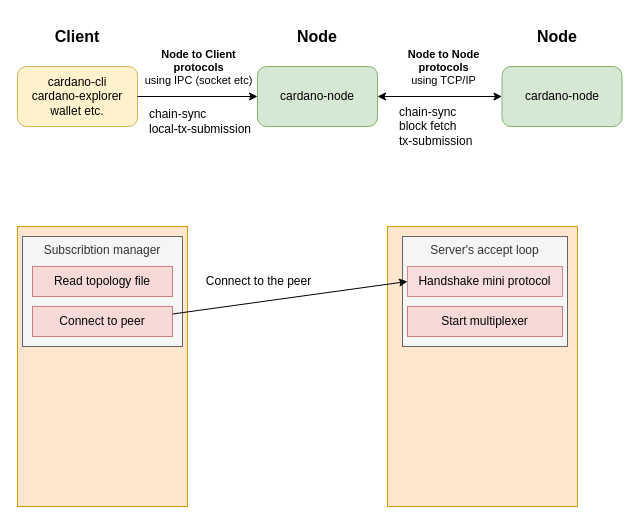
The draw.io diagram diagrams/Network_Communications.drawio in ilap/ShelleyStuffs, before the edit. Source tidied: cells renumbered, new cells numbered last; positions are measured from the earlier drawing's top-left corner, leaving out a move shared by most shapes. Both pictures are drawn from the tidied source at 100%, with x=0, y=0 at pixel (17, 26).
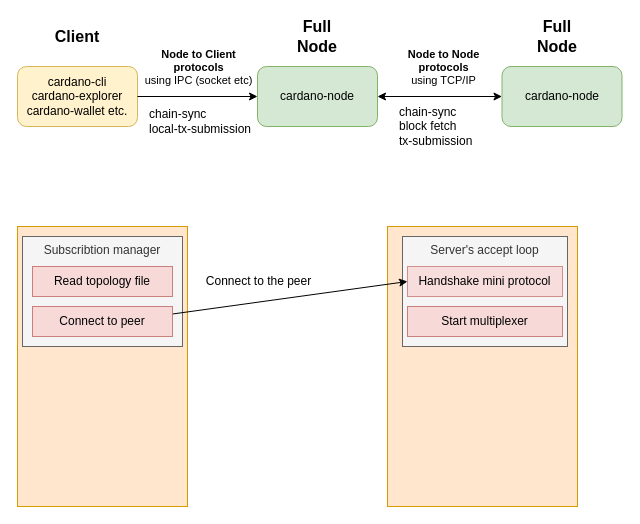
The same page after the edit.

Change to the diagram source:
```diff
@@
-    <mxCell id="4" value="cardano-cli&lt;br&gt;cardano-explorer&lt;br&gt;&lt;span&gt;wallet etc.&lt;/span&gt;" style="rounded=1;whiteSpace=wrap;html=1;align=center;fillColor=#fff2cc;strokeColor=#d6b656;" parent="1" vertex="1">
+    <mxCell id="4" value="cardano-cli&lt;br&gt;cardano-explorer&lt;br&gt;&lt;span&gt;cardano-wallet etc.&lt;/span&gt;" style="rounded=1;whiteSpace=wrap;html=1;align=center;fillColor=#fff2cc;strokeColor=#d6b656;" parent="1" vertex="1">
       <mxGeometry y="40" width="120" height="60" as="geometry" />
     </mxCell>
@@
-    <mxCell id="11" value="Node" style="text;html=1;strokeColor=none;fillColor=none;align=center;verticalAlign=middle;whiteSpace=wrap;rounded=0;fontSize=16;fontStyle=1;" parent="1" vertex="1">
+    <mxCell id="11" value="Full Node" style="text;html=1;strokeColor=none;fillColor=none;align=center;verticalAlign=middle;whiteSpace=wrap;rounded=0;fontSize=16;fontStyle=1;" parent="1" vertex="1">
       <mxGeometry x="520" width="40" height="20" as="geometry" />
     </mxCell>
-    <mxCell id="12" value="Node" style="text;html=1;strokeColor=none;fillColor=none;align=center;verticalAlign=middle;whiteSpace=wrap;rounded=0;fontSize=16;fontStyle=1;" parent="1" vertex="1">
+    <mxCell id="12" value="Full Node" style="text;html=1;strokeColor=none;fillColor=none;align=center;verticalAlign=middle;whiteSpace=wrap;rounded=0;fontSize=16;fontStyle=1;" parent="1" vertex="1">
       <mxGeometry x="280" width="40" height="20" as="geometry" />
     </mxCell>
```
